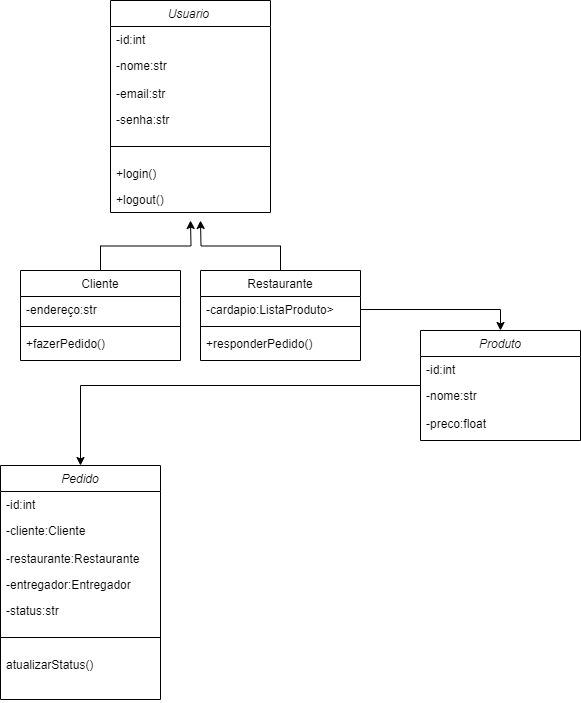
Before: Diagrama de classes DSC.png, a diagram exported from draw.io (luisfelipesantiago/Diagrama-de-classes). Source tidied: cells renumbered, new cells last; positions are measured from the earlier drawing's top-left corner, leaving out a move shared by most shapes.
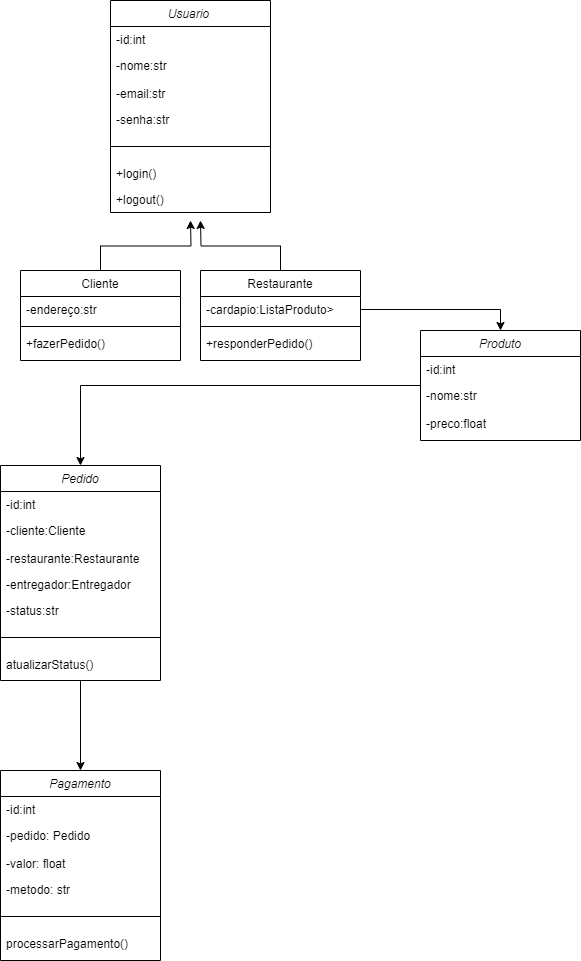
The same diagram one commit later.

Change to the diagram source:
```diff
@@ -78,8 +78,11 @@
     <mxCell id="25" style="edgeStyle=orthogonalEdgeStyle;rounded=0;jettySize=auto;html=1;exitX=1;exitY=0.5;exitDx=0;exitDy=0;entryX=0.5;entryY=0;entryDx=0;entryDy=0;" parent="1" edge="1" source="17" target="21">
       <mxGeometry relative="1" as="geometry" />
     </mxCell>
+    <mxCell id="35" style="edgeStyle=orthogonalEdgeStyle;rounded=0;jettySize=auto;html=1;entryX=0.5;entryY=0;entryDx=0;entryDy=0;" parent="1" edge="1" source="26" target="36">
+      <mxGeometry relative="1" as="geometry" />
+    </mxCell>
     <mxCell id="26" value="Pedido" style="swimlane;fontStyle=2;align=center;verticalAlign=top;horizontal=1;startSize=26;rounded=0;shadow=0;strokeWidth=1;" parent="1" vertex="1">
-      <mxGeometry y="465" width="160" height="234" as="geometry" />
+      <mxGeometry y="465" width="160" height="215" as="geometry" />
     </mxCell>
     <mxCell id="27" value="-id:int" style="text;align=left;verticalAlign=top;spacingLeft=4;spacingRight=4;overflow=hidden;" parent="26" vertex="1">
       <mxGeometry y="26" width="160" height="26" as="geometry" />
@@ -102,8 +105,26 @@
     <mxCell id="33" value="atualizarStatus()" style="text;align=left;verticalAlign=top;spacingLeft=4;spacingRight=4;overflow=hidden;rounded=0;shadow=0;html=0;" parent="26" vertex="1">
       <mxGeometry y="186" width="160" height="22" as="geometry" />
     </mxCell>
-    <mxCell id="34" value="&#10;" style="text;align=left;verticalAlign=top;spacingLeft=4;spacingRight=4;overflow=hidden;rounded=0;shadow=0;html=0;" parent="26" vertex="1">
-      <mxGeometry y="208" width="160" height="26" as="geometry" />
-    </mxCell>
+    <mxCell id="36" value="Pagamento" style="swimlane;fontStyle=2;align=center;verticalAlign=top;horizontal=1;startSize=26;rounded=0;shadow=0;strokeWidth=1;" parent="1" vertex="1">
+      <mxGeometry y="770" width="160" height="190" as="geometry" />
+    </mxCell>
+    <mxCell id="37" value="-id:int" style="text;align=left;verticalAlign=top;spacingLeft=4;spacingRight=4;overflow=hidden;" parent="36" vertex="1">
+      <mxGeometry y="26" width="160" height="26" as="geometry" />
+    </mxCell>
+    <mxCell id="38" value="-pedido: Pedido" style="text;align=left;verticalAlign=top;spacingLeft=4;spacingRight=4;overflow=hidden;rounded=0;shadow=0;html=0;" parent="36" vertex="1">
+      <mxGeometry y="52" width="160" height="28" as="geometry" />
+    </mxCell>
+    <mxCell id="39" value="-valor: float" style="text;align=left;verticalAlign=top;spacingLeft=4;spacingRight=4;overflow=hidden;rounded=0;shadow=0;html=0;" parent="36" vertex="1">
+      <mxGeometry y="80" width="160" height="26" as="geometry" />
+    </mxCell>
+    <mxCell id="40" value="-metodo: str" style="text;align=left;verticalAlign=top;spacingLeft=4;spacingRight=4;overflow=hidden;rounded=0;shadow=0;html=0;" parent="36" vertex="1">
+      <mxGeometry y="106" width="160" height="26" as="geometry" />
+    </mxCell>
+    <mxCell id="41" style="line;html=1;strokeWidth=1;align=left;verticalAlign=middle;spacingTop=-1;spacingLeft=3;spacingRight=3;labelPosition=right;" parent="36" vertex="1">
+      <mxGeometry y="132" width="160" height="28" as="geometry" />
+    </mxCell>
+    <mxCell id="42" value="processarPagamento()" style="text;align=left;verticalAlign=top;spacingLeft=4;spacingRight=4;overflow=hidden;rounded=0;shadow=0;html=0;" parent="36" vertex="1">
+      <mxGeometry y="160" width="160" height="26" as="geometry" />
+    </mxCell>
   </root>
 </mxGraphModel>
```
